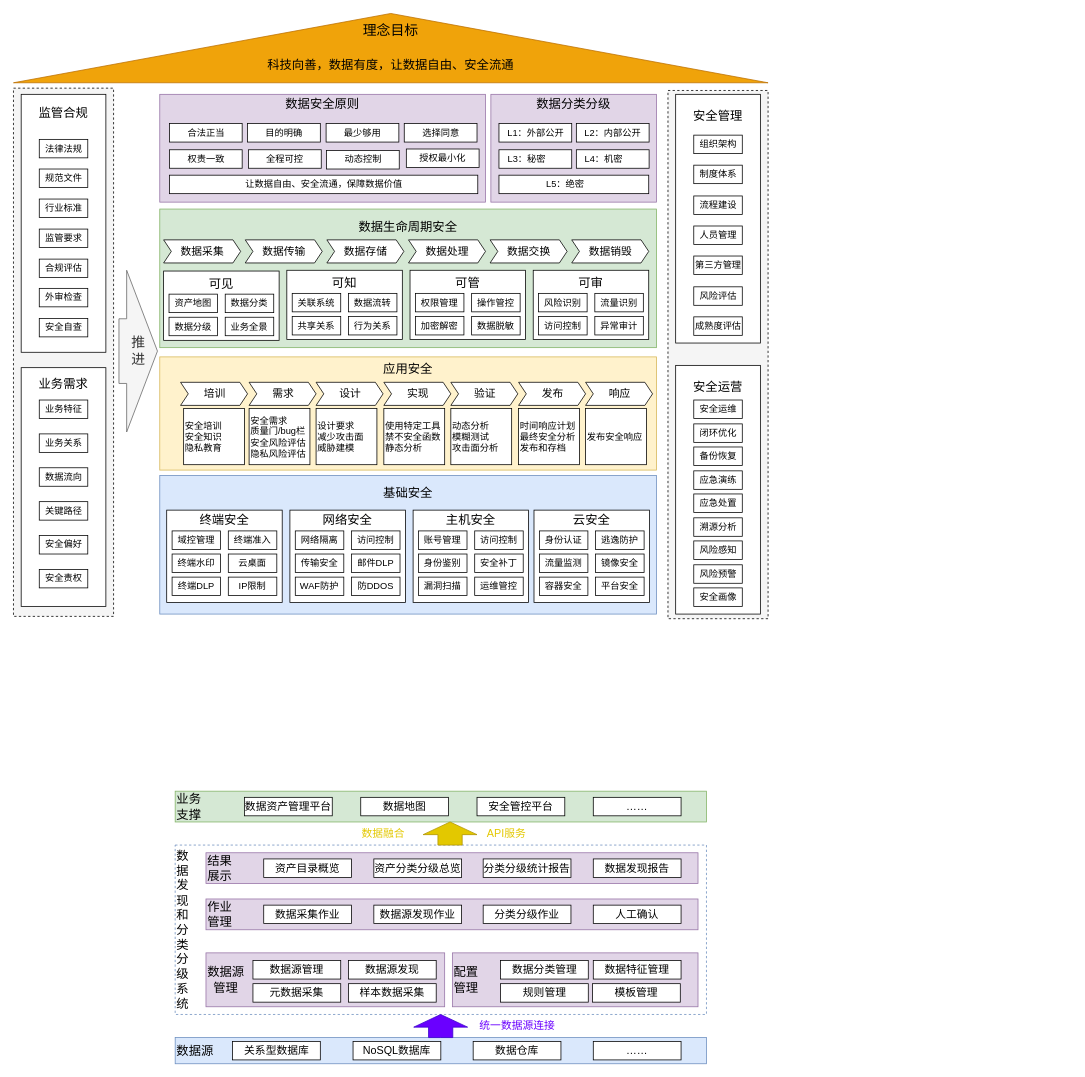
hongweilv-whu/flowCharts keeps this draw.io diagram as 数据安全体系-架构图.drawio. Above is the earlier version. Source tidied: cells renumbered, new cells numbered last; positions are measured from the earlier drawing's top-left corner, leaving out a move shared by most shapes. Both pictures are drawn from the tidied source at 77%, with x=0, y=0 at pixel (13, 13).
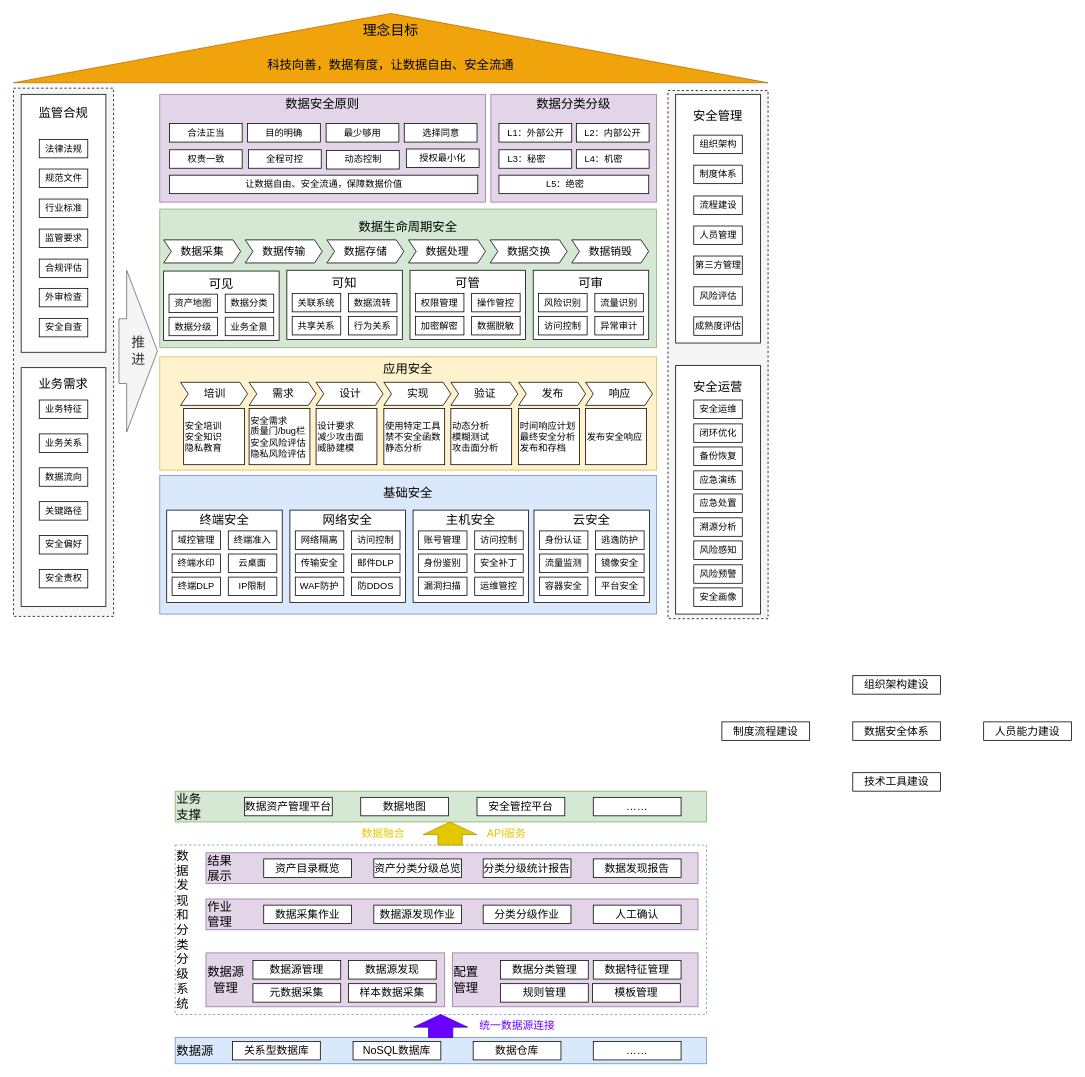
After the change.

Commit message (it also covers changes not shown here):
更新数据安全体系-架构图.drawio

Diff of the diagram source:
```diff
@@
+    <mxCell id="162" value="&lt;span style=&quot;font-size: 14px;&quot;&gt;组织架构建设&lt;/span&gt;" style="rounded=0;whiteSpace=wrap;html=1;" parent="1" vertex="1">
+      <mxGeometry x="1090" y="860" width="114" height="24" as="geometry" />
+    </mxCell>
+    <mxCell id="163" value="&lt;span style=&quot;font-size: 14px;&quot;&gt;制度流程建设&lt;/span&gt;" style="rounded=0;whiteSpace=wrap;html=1;" parent="1" vertex="1">
+      <mxGeometry x="920" y="920" width="114" height="24" as="geometry" />
+    </mxCell>
+    <mxCell id="164" value="&lt;span style=&quot;font-size: 14px;&quot;&gt;技术工具建设&lt;/span&gt;" style="rounded=0;whiteSpace=wrap;html=1;" parent="1" vertex="1">
+      <mxGeometry x="1090" y="986" width="114" height="24" as="geometry" />
+    </mxCell>
+    <mxCell id="165" value="&lt;span style=&quot;font-size: 14px;&quot;&gt;人员能力建设&lt;/span&gt;" style="rounded=0;whiteSpace=wrap;html=1;" parent="1" vertex="1">
+      <mxGeometry x="1260" y="920" width="114" height="24" as="geometry" />
+    </mxCell>
+    <mxCell id="166" value="&lt;span style=&quot;font-size: 14px;&quot;&gt;数据安全体系&lt;/span&gt;" style="rounded=0;whiteSpace=wrap;html=1;" parent="1" vertex="1">
+      <mxGeometry x="1090" y="920" width="114" height="24" as="geometry" />
+    </mxCell>
```
